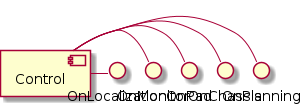
Earlier version of the PlantUML export build/html5/images/plantUMLControl.png (rocko/ost_sisidm_2021_apollo). The source it was exported from:
```plantuml
@startuml
!pragma graphviz_dot smetana

[Control] - OnPlanning
[Control] - OnChassis
[Control] - OnPad
[Control] - OnMonitor
[Control] - OnLocalization
@enduml
```
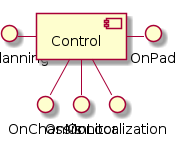
Later version of the same file.

What changed in the source:
```diff
@@ -1,9 +1,9 @@
 @startuml
 !pragma graphviz_dot smetana
 
-[Control] - OnPlanning
-[Control] - OnChassis
+OnPlanning - [Control]
 [Control] - OnPad
-[Control] - OnMonitor
-[Control] - OnLocalization
+[Control] -- OnChassis
+[Control] -- OnMonitor
+[Control] -- OnLocalization
 @enduml
```
